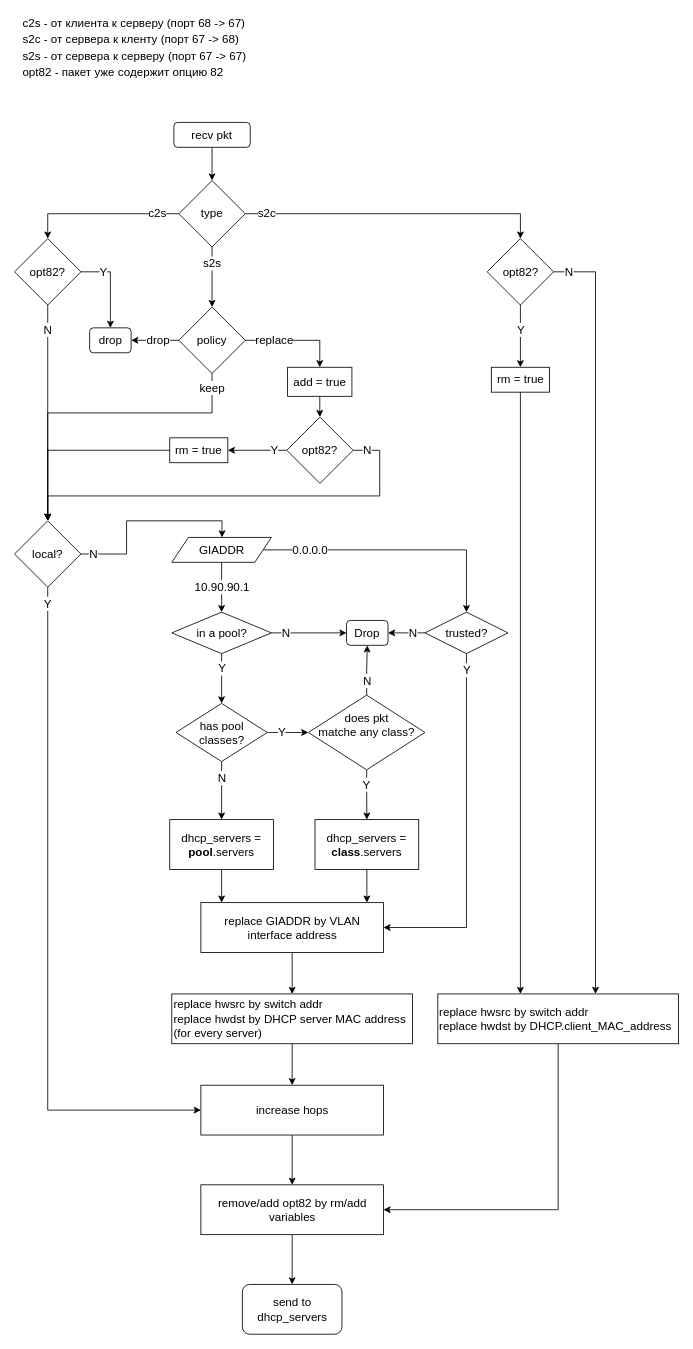
This is DHCPRelay.drawio from alexksx/examples, a draw.io file, before an edit. Source tidied: cells renumbered, new cells numbered last; positions are measured from the earlier drawing's top-left corner, leaving out a move shared by most shapes. Both pictures are drawn from the tidied source at 83%, with x=0, y=0 at pixel (14, 14).
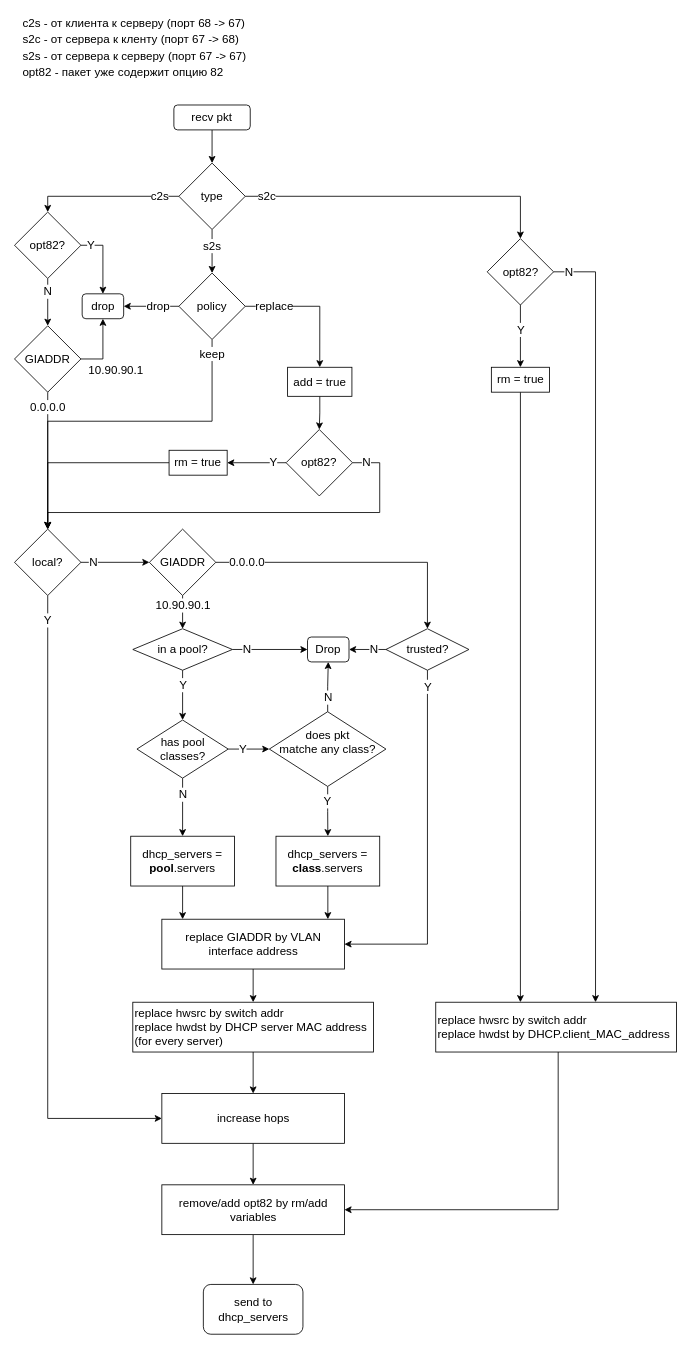
The same diagram, later.

The edit, as a diff of the source:
```diff
@@
-    <mxCell id="2" style="edgeStyle=orthogonalEdgeStyle;rounded=0;jettySize=auto;html=1;exitX=1;exitY=0.5;exitDx=0;exitDy=0;entryX=0.5;entryY=0;entryDx=0;entryDy=0;" parent="1" edge="1" source="4" target="13">
+    <mxCell id="2" style="edgeStyle=orthogonalEdgeStyle;rounded=0;jettySize=auto;html=1;entryX=0.5;entryY=0;entryDx=0;entryDy=0;" parent="1" edge="1" source="90" target="13">
       <mxGeometry relative="1" as="geometry">
         <Array as="points">
-          <mxPoint x="545" y="645" />
+          <mxPoint x="498" y="660" />
         </Array>
       </mxGeometry>
     </mxCell>
-    <mxCell id="3" style="edgeStyle=orthogonalEdgeStyle;rounded=0;jettySize=auto;html=1;exitX=0.5;exitY=1;exitDx=0;exitDy=0;entryX=0.5;entryY=0;entryDx=0;entryDy=0;" parent="1" edge="1" source="4" target="8">
+    <mxCell id="3" style="edgeStyle=orthogonalEdgeStyle;rounded=0;jettySize=auto;html=1;entryX=0.5;entryY=0;entryDx=0;entryDy=0;" parent="1" edge="1" source="90" target="8">
       <mxGeometry relative="1" as="geometry" />
     </mxCell>
-    <mxCell id="4" value="GIADDR" style="shape=parallelogram;perimeter=parallelogramPerimeter;whiteSpace=wrap;html=1;fixedSize=1;fontSize=14;" parent="1" vertex="1">
-      <mxGeometry x="189.5" y="630" width="120" height="30" as="geometry" />
-    </mxCell>
     <mxCell id="5" value="&lt;div style=&quot;font-size: 14px;&quot;&gt;10.90.90.1&lt;/div&gt;" style="text;html=1;align=center;verticalAlign=middle;labelBackgroundColor=#ffffff;fontSize=14;" parent="1" vertex="1">
-      <mxGeometry x="209.5" y="680" width="80" height="20" as="geometry" />
+      <mxGeometry x="162.5" y="702" width="80" height="20" as="geometry" />
     </mxCell>
@@
     <mxCell id="8" value="in a pool?" style="rhombus;whiteSpace=wrap;html=1;labelBackgroundColor=#ffffff;fontSize=14;" parent="1" vertex="1">
-      <mxGeometry x="189.5" y="720" width="120" height="50" as="geometry" />
+      <mxGeometry x="142.5" y="740" width="120" height="50" as="geometry" />
     </mxCell>
     <mxCell id="9" value="Drop" style="rounded=1;whiteSpace=wrap;html=1;labelBackgroundColor=#ffffff;fontSize=14;" parent="1" vertex="1">
-      <mxGeometry x="400" y="730" width="50" height="30" as="geometry" />
+      <mxGeometry x="353" y="750" width="50" height="30" as="geometry" />
     </mxCell>
     <mxCell id="10" value="N" style="text;html=1;align=center;verticalAlign=middle;fontSize=14;labelBackgroundColor=#ffffff;" parent="1" vertex="1">
-      <mxGeometry x="311.5" y="735" width="30" height="20" as="geometry" />
+      <mxGeometry x="264.5" y="755" width="30" height="20" as="geometry" />
     </mxCell>
@@
     <mxCell id="12" style="edgeStyle=orthogonalEdgeStyle;rounded=0;jettySize=auto;html=1;fontSize=14;" parent="1" edge="1" source="13" target="33">
       <mxGeometry relative="1" as="geometry">
         <Array as="points">
-          <mxPoint x="545" y="1100" />
+          <mxPoint x="498" y="1120" />
         </Array>
       </mxGeometry>
     </mxCell>
     <mxCell id="13" value="trusted?" style="rhombus;whiteSpace=wrap;html=1;labelBackgroundColor=#ffffff;fontSize=14;" parent="1" vertex="1">
-      <mxGeometry x="494.5" y="720" width="100" height="50" as="geometry" />
+      <mxGeometry x="447.5" y="740" width="100" height="50" as="geometry" />
     </mxCell>
     <mxCell id="14" value="0.0.0.0" style="text;html=1;align=center;verticalAlign=middle;fontSize=14;labelBackgroundColor=#ffffff;" parent="1" vertex="1">
-      <mxGeometry x="325.5" y="635" width="60" height="20" as="geometry" />
+      <mxGeometry x="249.5" y="650" width="60" height="20" as="geometry" />
     </mxCell>
     <mxCell id="15" value="N" style="text;html=1;align=center;verticalAlign=middle;fontSize=14;labelBackgroundColor=#ffffff;" parent="1" vertex="1">
-      <mxGeometry x="464.5" y="735" width="30" height="20" as="geometry" />
+      <mxGeometry x="417.5" y="755" width="30" height="20" as="geometry" />
     </mxCell>
     <mxCell id="16" value="Y" style="text;html=1;align=center;verticalAlign=middle;fontSize=14;labelBackgroundColor=#ffffff;" parent="1" vertex="1">
-      <mxGeometry x="239.5" y="778" width="20" height="20" as="geometry" />
+      <mxGeometry x="192.5" y="798" width="20" height="20" as="geometry" />
     </mxCell>
@@
     <mxCell id="19" value="has pool classes?" style="rhombus;whiteSpace=wrap;html=1;labelBackgroundColor=none;fontSize=14;" parent="1" vertex="1">
-      <mxGeometry x="194.5" y="830" width="110" height="70" as="geometry" />
+      <mxGeometry x="147.5" y="850" width="110" height="70" as="geometry" />
     </mxCell>
@@
     <mxCell id="22" value="does pkt&lt;div&gt; matche any class?&lt;/div&gt;&lt;div&gt;&lt;br&gt;&lt;/div&gt;" style="rhombus;whiteSpace=wrap;html=1;labelBackgroundColor=none;fontSize=14;" parent="1" vertex="1">
-      <mxGeometry x="354" y="820" width="140.5" height="90" as="geometry" />
+      <mxGeometry x="307" y="840" width="140.5" height="90" as="geometry" />
     </mxCell>
     <mxCell id="23" value="Y" style="text;html=1;align=center;verticalAlign=middle;fontSize=14;labelBackgroundColor=#ffffff;" parent="1" vertex="1">
-      <mxGeometry x="311.5" y="855" width="20" height="20" as="geometry" />
+      <mxGeometry x="264.5" y="875" width="20" height="20" as="geometry" />
     </mxCell>
     <mxCell id="24" value="N" style="text;html=1;align=center;verticalAlign=middle;fontSize=14;labelBackgroundColor=#ffffff;" parent="1" vertex="1">
-      <mxGeometry x="410" y="793" width="30" height="20" as="geometry" />
+      <mxGeometry x="363" y="813" width="30" height="20" as="geometry" />
     </mxCell>
     <mxCell id="25" value="N" style="text;html=1;align=center;verticalAlign=middle;fontSize=14;labelBackgroundColor=#ffffff;" parent="1" vertex="1">
-      <mxGeometry x="234.5" y="910" width="30" height="20" as="geometry" />
+      <mxGeometry x="187.5" y="930" width="30" height="20" as="geometry" />
     </mxCell>
     <mxCell id="26" value="Y" style="text;html=1;align=center;verticalAlign=middle;fontSize=14;labelBackgroundColor=#ffffff;" parent="1" vertex="1">
-      <mxGeometry x="414.2" y="918" width="20" height="20" as="geometry" />
+      <mxGeometry x="367.2" y="938" width="20" height="20" as="geometry" />
     </mxCell>
     <mxCell id="27" style="edgeStyle=orthogonalEdgeStyle;rounded=0;jettySize=auto;html=1;fontSize=14;" parent="1" edge="1" source="28" target="33">
       <mxGeometry relative="1" as="geometry">
         <Array as="points">
-          <mxPoint x="250" y="1090" />
-          <mxPoint x="250" y="1090" />
+          <mxPoint x="203" y="1110" />
+          <mxPoint x="203" y="1110" />
         </Array>
       </mxGeometry>
     </mxCell>
     <mxCell id="28" value="dhcp_servers = &lt;b&gt;pool&lt;/b&gt;.servers" style="rounded=0;whiteSpace=wrap;html=1;labelBackgroundColor=none;fontSize=14;" parent="1" vertex="1">
-      <mxGeometry x="187" y="970" width="125" height="60" as="geometry" />
+      <mxGeometry x="140" y="990" width="125" height="60" as="geometry" />
     </mxCell>
     <mxCell id="29" style="edgeStyle=orthogonalEdgeStyle;rounded=0;jettySize=auto;html=1;fontSize=14;" parent="1" edge="1" source="30" target="33">
       <mxGeometry relative="1" as="geometry">
         <Array as="points">
-          <mxPoint x="425" y="1130" />
-          <mxPoint x="425" y="1130" />
+          <mxPoint x="378" y="1150" />
+          <mxPoint x="378" y="1150" />
         </Array>
       </mxGeometry>
     </mxCell>
     <mxCell id="30" value="dhcp_servers = &lt;b&gt;class&lt;/b&gt;.servers" style="rounded=0;whiteSpace=wrap;html=1;labelBackgroundColor=none;fontSize=14;" parent="1" vertex="1">
-      <mxGeometry x="362" y="970" width="125" height="60" as="geometry" />
+      <mxGeometry x="315" y="990" width="125" height="60" as="geometry" />
     </mxCell>
     <mxCell id="31" value="Y" style="text;html=1;align=center;verticalAlign=middle;fontSize=14;labelBackgroundColor=#ffffff;" parent="1" vertex="1">
-      <mxGeometry x="534.5" y="780" width="20" height="20" as="geometry" />
+      <mxGeometry x="487.5" y="800" width="20" height="20" as="geometry" />
     </mxCell>
@@
     <mxCell id="33" value="&lt;div&gt;replace GIADDR by VLAN&lt;/div&gt;&lt;div&gt; interface address&lt;/div&gt;" style="rounded=0;whiteSpace=wrap;html=1;labelBackgroundColor=none;fontSize=14;" parent="1" vertex="1">
-      <mxGeometry x="224.5" y="1070" width="220" height="60" as="geometry" />
+      <mxGeometry x="177.5" y="1090" width="220" height="60" as="geometry" />
     </mxCell>
     <mxCell id="34" value="send to dhcp_servers" style="rounded=1;whiteSpace=wrap;html=1;labelBackgroundColor=none;fontSize=14;" parent="1" vertex="1">
-      <mxGeometry x="274.5" y="1530" width="120" height="60" as="geometry" />
+      <mxGeometry x="227.5" y="1530" width="120" height="60" as="geometry" />
     </mxCell>
@@
+    <mxCell id="37" style="edgeStyle=orthogonalEdgeStyle;rounded=0;jettySize=auto;html=1;fontSize=14;" parent="1" edge="1" source="38" target="61">
+      <mxGeometry relative="1" as="geometry" />
+    </mxCell>
-    <mxCell id="36" style="edgeStyle=orthogonalEdgeStyle;rounded=0;jettySize=auto;html=1;entryX=0.5;entryY=0;entryDx=0;entryDy=0;fontSize=14;" parent="1" edge="1" source="38" target="50">
-      <mxGeometry relative="1" as="geometry" />
+    <mxCell id="36" style="edgeStyle=orthogonalEdgeStyle;rounded=0;jettySize=auto;html=1;fontSize=14;" parent="1" edge="1" source="38" target="50">
+      <mxGeometry relative="1" as="geometry">
+        <Array as="points">
+          <mxPoint x="40" y="219" />
+        </Array>
+      </mxGeometry>
     </mxCell>
-    <mxCell id="37" style="edgeStyle=orthogonalEdgeStyle;rounded=0;jettySize=auto;html=1;fontSize=14;" parent="1" edge="1" source="38" target="61">
-      <mxGeometry relative="1" as="geometry" />
-    </mxCell>
     <mxCell id="38" value="type" style="rhombus;whiteSpace=wrap;html=1;labelBackgroundColor=none;fontSize=14;" parent="1" vertex="1">
-      <mxGeometry x="198" y="200" width="80" height="80" as="geometry" />
+      <mxGeometry x="198" y="179" width="80" height="80" as="geometry" />
     </mxCell>
@@
     <mxCell id="40" value="recv pkt" style="rounded=1;whiteSpace=wrap;html=1;labelBackgroundColor=none;fontSize=14;" parent="1" vertex="1">
-      <mxGeometry x="192" y="130" width="92" height="30" as="geometry" />
+      <mxGeometry x="192" y="109" width="92" height="30" as="geometry" />
     </mxCell>
@@
     <mxCell id="47" value="s2c" style="text;html=1;align=center;verticalAlign=middle;fontSize=14;labelBackgroundColor=#ffffff;labelBorderColor=none;" parent="1" vertex="1">
-      <mxGeometry x="284" y="230" width="40" height="20" as="geometry" />
+      <mxGeometry x="284" y="209" width="40" height="20" as="geometry" />
     </mxCell>
-    <mxCell id="48" style="edgeStyle=orthogonalEdgeStyle;rounded=0;jettySize=auto;html=1;entryX=0.5;entryY=0;entryDx=0;entryDy=0;fontSize=14;" parent="1" edge="1" source="50" target="53">
+    <mxCell id="48" style="edgeStyle=orthogonalEdgeStyle;rounded=0;jettySize=auto;html=1;fontSize=14;" parent="1" edge="1" source="50" target="53">
       <mxGeometry relative="1" as="geometry" />
     </mxCell>
-    <mxCell id="49" style="edgeStyle=orthogonalEdgeStyle;rounded=0;jettySize=auto;html=1;fontSize=14;" parent="1" edge="1" source="50" target="87">
+    <mxCell id="49" style="edgeStyle=orthogonalEdgeStyle;rounded=0;jettySize=auto;html=1;fontSize=14;" parent="1" edge="1" source="50" target="94">
       <mxGeometry relative="1" as="geometry" />
     </mxCell>
     <mxCell id="50" value="&lt;div align=&quot;center&quot;&gt;opt82?&lt;/div&gt;" style="rhombus;whiteSpace=wrap;html=1;labelBackgroundColor=#ffffff;fontSize=14;align=center;" parent="1" vertex="1">
-      <mxGeometry y="270" width="80" height="80" as="geometry" />
+      <mxGeometry y="238" width="80" height="80" as="geometry" />
     </mxCell>
     <mxCell id="51" value="c2s" style="text;html=1;align=center;verticalAlign=middle;fontSize=14;labelBackgroundColor=#ffffff;labelBorderColor=none;" parent="1" vertex="1">
-      <mxGeometry x="152" y="230" width="40" height="20" as="geometry" />
+      <mxGeometry x="154.5" y="209" width="40" height="20" as="geometry" />
     </mxCell>
@@
     <mxCell id="53" value="drop" style="rounded=1;whiteSpace=wrap;html=1;labelBackgroundColor=#ffffff;fontSize=14;align=center;" parent="1" vertex="1">
-      <mxGeometry x="90.5" y="377.5" width="50" height="30" as="geometry" />
+      <mxGeometry x="81.5" y="336.5" width="50" height="30" as="geometry" />
     </mxCell>
     <mxCell id="54" value="Y" style="text;html=1;align=center;verticalAlign=middle;fontSize=14;labelBackgroundColor=#ffffff;labelBorderColor=none;" parent="1" vertex="1">
-      <mxGeometry x="96.5" y="300" width="20" height="20" as="geometry" />
+      <mxGeometry x="81.5" y="268" width="20" height="20" as="geometry" />
     </mxCell>
@@
     <mxCell id="60" style="edgeStyle=orthogonalEdgeStyle;rounded=0;jettySize=auto;html=1;fontSize=14;" parent="1" edge="1" source="61" target="87">
       <mxGeometry relative="1" as="geometry">
         <Array as="points">
-          <mxPoint x="238" y="480" />
-          <mxPoint x="40" y="480" />
+          <mxPoint x="238" y="490" />
+          <mxPoint x="40" y="490" />
         </Array>
       </mxGeometry>
     </mxCell>
     <mxCell id="61" value="policy" style="rhombus;whiteSpace=wrap;html=1;labelBackgroundColor=none;fontSize=14;" parent="1" vertex="1">
-      <mxGeometry x="198" y="352.5" width="80" height="80" as="geometry" />
+      <mxGeometry x="198" y="311.5" width="80" height="80" as="geometry" />
     </mxCell>
     <mxCell id="62" value="s2s" style="text;html=1;align=center;verticalAlign=middle;fontSize=14;labelBackgroundColor=#ffffff;labelBorderColor=none;" parent="1" vertex="1">
-      <mxGeometry x="218" y="290" width="40" height="20" as="geometry" />
+      <mxGeometry x="218" y="269" width="40" height="20" as="geometry" />
     </mxCell>
@@
     <mxCell id="65" value="drop" style="text;html=1;align=center;verticalAlign=middle;fontSize=14;labelBackgroundColor=#ffffff;labelBorderColor=none;" parent="1" vertex="1">
-      <mxGeometry x="152.5" y="382.5" width="40" height="20" as="geometry" />
+      <mxGeometry x="152.5" y="341.5" width="40" height="20" as="geometry" />
     </mxCell>
     <mxCell id="66" value="replace" style="text;html=1;align=center;verticalAlign=middle;fontSize=14;labelBackgroundColor=#ffffff;labelBorderColor=none;" parent="1" vertex="1">
-      <mxGeometry x="282.5" y="382.5" width="60" height="20" as="geometry" />
+      <mxGeometry x="282.5" y="341.5" width="60" height="20" as="geometry" />
     </mxCell>
     <mxCell id="67" value="keep" style="text;html=1;align=center;verticalAlign=middle;fontSize=14;labelBackgroundColor=#ffffff;labelBorderColor=none;" parent="1" vertex="1">
-      <mxGeometry x="212.5" y="440" width="50" height="20" as="geometry" />
+      <mxGeometry x="212.5" y="399" width="50" height="20" as="geometry" />
     </mxCell>
@@
     <mxCell id="69" style="edgeStyle=orthogonalEdgeStyle;rounded=0;jettySize=auto;html=1;fontSize=14;" parent="1" edge="1" source="70" target="87">
       <mxGeometry relative="1" as="geometry">
         <Array as="points">
-          <mxPoint x="440" y="525" />
-          <mxPoint x="440" y="580" />
-          <mxPoint x="40" y="580" />
+          <mxPoint x="440" y="540" />
+          <mxPoint x="440" y="600" />
+          <mxPoint x="40" y="600" />
         </Array>
       </mxGeometry>
     </mxCell>
     <mxCell id="70" value="opt82?" style="rhombus;whiteSpace=wrap;html=1;labelBackgroundColor=none;fontSize=14;align=center;" parent="1" vertex="1">
-      <mxGeometry x="328" y="485" width="80" height="80" as="geometry" />
+      <mxGeometry x="327.2" y="500" width="80" height="80" as="geometry" />
     </mxCell>
@@
     <mxCell id="72" value="rm = true" style="rounded=0;whiteSpace=wrap;html=1;labelBackgroundColor=#ffffff;fontSize=14;align=center;" parent="1" vertex="1">
-      <mxGeometry x="187" y="510" width="70" height="30" as="geometry" />
+      <mxGeometry x="186.2" y="525" width="70" height="30" as="geometry" />
     </mxCell>
     <mxCell id="73" value="Y" style="text;html=1;align=center;verticalAlign=middle;fontSize=14;labelBackgroundColor=#ffffff;labelBorderColor=none;" parent="1" vertex="1">
-      <mxGeometry x="302.5" y="515" width="20" height="20" as="geometry" />
+      <mxGeometry x="301.8" y="530" width="20" height="20" as="geometry" />
     </mxCell>
     <mxCell id="74" value="N" style="text;html=1;align=center;verticalAlign=middle;fontSize=14;labelBackgroundColor=#ffffff;labelBorderColor=none;" parent="1" vertex="1">
-      <mxGeometry x="409.5" y="515" width="30" height="20" as="geometry" />
+      <mxGeometry x="408.8" y="530" width="30" height="20" as="geometry" />
     </mxCell>
     <mxCell id="75" value="N" style="text;html=1;align=center;verticalAlign=middle;fontSize=14;labelBackgroundColor=#ffffff;labelBorderColor=none;" parent="1" vertex="1">
-      <mxGeometry x="25" y="370" width="30" height="20" as="geometry" />
+      <mxGeometry x="25" y="324" width="30" height="20" as="geometry" />
     </mxCell>
@@
     <mxCell id="78" value="remove/add opt82 by rm/add variables" style="rounded=0;whiteSpace=wrap;html=1;labelBackgroundColor=none;fontSize=14;" parent="1" vertex="1">
-      <mxGeometry x="224.5" y="1410" width="220" height="60" as="geometry" />
+      <mxGeometry x="177.5" y="1410" width="220" height="60" as="geometry" />
     </mxCell>
@@
     <mxCell id="80" value="increase hops" style="rounded=0;whiteSpace=wrap;html=1;labelBackgroundColor=none;fontSize=14;" parent="1" vertex="1">
-      <mxGeometry x="224.5" y="1290" width="220" height="60" as="geometry" />
+      <mxGeometry x="177.5" y="1300" width="220" height="60" as="geometry" />
     </mxCell>
@@
     <mxCell id="82" value="&lt;div&gt;replace hwsrc by switch addr&lt;/div&gt;&lt;div&gt;replace hwdst by DHCP.client_MAC_address&lt;br&gt;&lt;/div&gt;" style="rounded=0;whiteSpace=wrap;html=1;labelBackgroundColor=none;fontSize=14;align=left;" parent="1" vertex="1">
-      <mxGeometry x="510" y="1180" width="290" height="60" as="geometry" />
+      <mxGeometry x="507.5" y="1190" width="290" height="60" as="geometry" />
     </mxCell>
@@
     <mxCell id="84" value="&lt;div&gt;replace hwsrc by switch addr&lt;/div&gt;&lt;div&gt;replace hwdst by DHCP server MAC address&lt;/div&gt;&lt;div&gt;(for every server)&lt;br&gt;&lt;/div&gt;" style="rounded=0;whiteSpace=wrap;html=1;labelBackgroundColor=none;fontSize=14;align=left;" parent="1" vertex="1">
-      <mxGeometry x="189.5" y="1180" width="290" height="60" as="geometry" />
+      <mxGeometry x="142.5" y="1190" width="290" height="60" as="geometry" />
     </mxCell>
     <mxCell id="85" style="edgeStyle=orthogonalEdgeStyle;rounded=0;jettySize=auto;html=1;fontSize=14;" parent="1" edge="1" source="87" target="80">
       <mxGeometry relative="1" as="geometry">
         <Array as="points">
-          <mxPoint x="40" y="1320" />
+          <mxPoint x="40" y="1330" />
         </Array>
       </mxGeometry>
     </mxCell>
-    <mxCell id="86" style="edgeStyle=orthogonalEdgeStyle;rounded=0;jettySize=auto;html=1;exitX=1;exitY=0.5;exitDx=0;exitDy=0;fontSize=14;" parent="1" edge="1" source="87" target="4">
-      <mxGeometry relative="1" as="geometry">
-        <Array as="points">
-          <mxPoint x="135" y="650" />
-          <mxPoint x="135" y="610" />
-          <mxPoint x="250" y="610" />
-        </Array>
-      </mxGeometry>
-    </mxCell>
     <mxCell id="87" value="&lt;div&gt;local?&lt;/div&gt;" style="rhombus;whiteSpace=wrap;html=1;labelBackgroundColor=#ffffff;fontSize=14;align=center;" parent="1" vertex="1">
-      <mxGeometry y="610" width="80" height="80" as="geometry" />
+      <mxGeometry y="620" width="80" height="80" as="geometry" />
     </mxCell>
+    <mxCell id="89" value="Y" style="text;html=1;align=center;verticalAlign=middle;fontSize=14;labelBackgroundColor=#ffffff;" parent="1" vertex="1">
+      <mxGeometry x="30" y="720" width="20" height="20" as="geometry" />
+    </mxCell>
+    <mxCell id="90" value="&lt;div align=&quot;center&quot;&gt;GIADDR&lt;/div&gt;" style="rhombus;whiteSpace=wrap;html=1;labelBackgroundColor=#ffffff;fontSize=14;align=center;" parent="1" vertex="1">
+      <mxGeometry x="162.5" y="620" width="80" height="80" as="geometry" />
+    </mxCell>
+    <mxCell id="91" style="edgeStyle=orthogonalEdgeStyle;rounded=0;jettySize=auto;html=1;exitX=1;exitY=0.5;exitDx=0;exitDy=0;fontSize=14;" parent="1" edge="1" source="87" target="90">
+      <mxGeometry relative="1" as="geometry" />
+    </mxCell>
-    <mxCell id="88" value="N" style="text;html=1;align=center;verticalAlign=middle;fontSize=14;labelBackgroundColor=#ffffff;labelBorderColor=none;" parent="1" vertex="1">
-      <mxGeometry x="80" y="640" width="30" height="20" as="geometry" />
+    <mxCell id="88" value="N" style="text;html=1;align=center;verticalAlign=middle;fontSize=14;labelBackgroundColor=#ffffff;" parent="1" vertex="1">
+      <mxGeometry x="80" y="650" width="30" height="20" as="geometry" />
     </mxCell>
-    <mxCell id="89" value="Y" style="text;html=1;align=center;verticalAlign=middle;fontSize=14;labelBackgroundColor=#ffffff;" parent="1" vertex="1">
-      <mxGeometry x="30" y="700" width="20" height="20" as="geometry" />
-    </mxCell>
+    <mxCell id="92" style="edgeStyle=orthogonalEdgeStyle;rounded=0;jettySize=auto;html=1;fontSize=14;" parent="1" edge="1" source="94" target="87">
+      <mxGeometry relative="1" as="geometry" />
+    </mxCell>
+    <mxCell id="93" style="edgeStyle=orthogonalEdgeStyle;rounded=0;jettySize=auto;html=1;entryX=0.5;entryY=1;entryDx=0;entryDy=0;fontSize=14;" parent="1" edge="1" source="94" target="53">
+      <mxGeometry relative="1" as="geometry" />
+    </mxCell>
+    <mxCell id="94" value="&lt;div align=&quot;center&quot;&gt;GIADDR&lt;/div&gt;" style="rhombus;whiteSpace=wrap;html=1;labelBackgroundColor=#ffffff;fontSize=14;align=center;" parent="1" vertex="1">
+      <mxGeometry y="375" width="80" height="80" as="geometry" />
+    </mxCell>
+    <mxCell id="95" value="0.0.0.0" style="text;html=1;align=center;verticalAlign=middle;fontSize=14;labelBackgroundColor=#ffffff;" parent="1" vertex="1">
+      <mxGeometry x="10" y="463" width="60" height="20" as="geometry" />
+    </mxCell>
+    <mxCell id="96" value="&lt;div style=&quot;font-size: 14px;&quot;&gt;10.90.90.1&lt;/div&gt;" style="text;html=1;align=center;verticalAlign=middle;labelBackgroundColor=#ffffff;fontSize=14;" parent="1" vertex="1">
+      <mxGeometry x="81.5" y="419" width="80" height="20" as="geometry" />
+    </mxCell>
```
